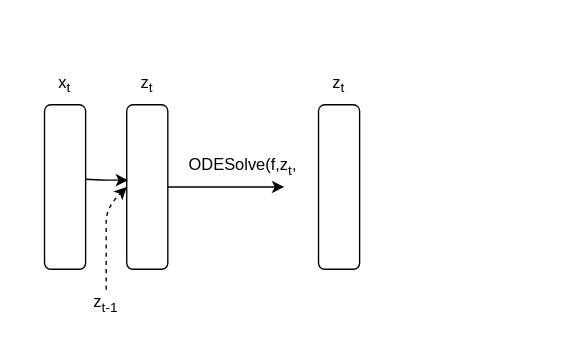
Before: graph2.drawio in oizin/links, a draw.io diagram. Source tidied: cells renumbered, new cells numbered last; positions are measured from the earlier drawing's top-left corner, leaving out a move shared by most shapes. Both pictures are drawn from the tidied source at 137%, with x=0, y=0 at pixel (-18, 70).
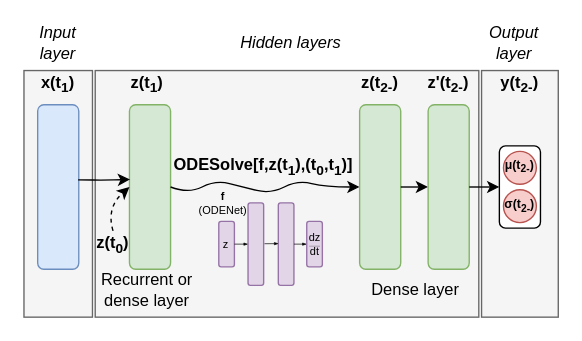
The same page after the edit.

Diff of the diagram source:
```diff
@@
+    <mxCell id="13" style="rounded=0;whiteSpace=wrap;html=1;fillColor=#f5f5f5;strokeColor=#666666;fontColor=#333333;" parent="1" vertex="1">
+      <mxGeometry x="364" width="56" height="180" as="geometry" />
+    </mxCell>
+    <mxCell id="14" style="rounded=0;whiteSpace=wrap;html=1;fillColor=#f5f5f5;strokeColor=#666666;fontColor=#333333;" parent="1" vertex="1">
+      <mxGeometry x="30" width="50" height="180" as="geometry" />
+    </mxCell>
+    <mxCell id="15" style="rounded=0;whiteSpace=wrap;html=1;fillColor=#f5f5f5;strokeColor=#666666;fontColor=#333333;" parent="1" vertex="1">
+      <mxGeometry x="82" width="280" height="180" as="geometry" />
+    </mxCell>
-    <mxCell id="2" style="rounded=1;whiteSpace=wrap;html=1;rotation=90;" parent="1" vertex="1">
-      <mxGeometry y="70" width="120" height="30" as="geometry" />
+    <mxCell id="2" style="rounded=1;whiteSpace=wrap;html=1;rotation=90;fillColor=#dae8fc;strokeColor=#6c8ebf;" parent="1" vertex="1">
+      <mxGeometry x="-5" y="70" width="120" height="30" as="geometry" />
     </mxCell>
-    <mxCell id="3" value="x&lt;sub&gt;t&lt;/sub&gt;" style="text;html=1;strokeColor=none;fillColor=none;align=center;verticalAlign=middle;whiteSpace=wrap;rounded=0;" parent="1" vertex="1">
-      <mxGeometry x="40" width="40" height="20" as="geometry" />
+    <mxCell id="3" value="x(t&lt;sub&gt;1&lt;/sub&gt;)" style="text;html=1;strokeColor=none;fillColor=none;align=center;verticalAlign=middle;whiteSpace=wrap;rounded=0;fontStyle=1;" parent="1" vertex="1">
+      <mxGeometry x="35" width="40" height="20" as="geometry" />
     </mxCell>
-    <mxCell id="4" style="rounded=1;whiteSpace=wrap;html=1;rotation=90;" parent="1" vertex="1">
-      <mxGeometry x="60" y="70" width="120" height="30" as="geometry" />
+    <mxCell id="4" style="rounded=1;whiteSpace=wrap;html=1;rotation=90;fillColor=#d5e8d4;strokeColor=#82b366;" parent="1" vertex="1">
+      <mxGeometry x="62" y="70" width="120" height="30" as="geometry" />
     </mxCell>
-    <mxCell id="5" value="z&lt;sub&gt;t&lt;/sub&gt;" style="text;html=1;strokeColor=none;fillColor=none;align=center;verticalAlign=middle;whiteSpace=wrap;rounded=0;" parent="1" vertex="1">
+    <mxCell id="5" value="z(t&lt;sub&gt;1&lt;/sub&gt;)" style="text;html=1;strokeColor=none;fillColor=none;align=center;verticalAlign=middle;whiteSpace=wrap;rounded=0;fontStyle=1;" parent="1" vertex="1">
       <mxGeometry x="100" width="40" height="20" as="geometry" />
     </mxCell>
-    <mxCell id="6" style="endArrow=classic;html=1;exitX=0.453;exitY=0.011;exitDx=0;exitDy=0;exitPerimeter=0;" parent="1" edge="1" source="2">
+    <mxCell id="6" style="endArrow=classic;html=1;exitX=0.457;exitY=0.016;exitDx=0;exitDy=0;exitPerimeter=0;entryX=0.454;entryY=0.985;entryDx=0;entryDy=0;entryPerimeter=0;" parent="1" edge="1" source="2" target="4">
       <mxGeometry relative="1" as="geometry">
-        <mxPoint x="106" y="80" as="targetPoint" />
         <Array as="points">
           <mxPoint x="90" y="80" />
         </Array>
       </mxGeometry>
     </mxCell>
-    <mxCell id="7" style="curved=1;endArrow=classic;html=1;entryX=0.5;entryY=1;entryDx=0;entryDy=0;dashed=1;" parent="1" edge="1" target="4">
+    <mxCell id="7" style="curved=1;endArrow=classic;html=1;entryX=0.5;entryY=1;entryDx=0;entryDy=0;dashed=1;exitX=0.5;exitY=0;exitDx=0;exitDy=0;" parent="1" edge="1" source="8" target="4">
       <mxGeometry relative="1" as="geometry">
-        <mxPoint x="90" y="160" as="sourcePoint" />
         <Array as="points">
-          <mxPoint x="90" y="120" />
           <mxPoint x="90" y="100" />
         </Array>
       </mxGeometry>
     </mxCell>
-    <mxCell id="8" value="z&lt;sub&gt;t-1&lt;/sub&gt;" style="text;html=1;strokeColor=none;fillColor=none;align=center;verticalAlign=middle;whiteSpace=wrap;rounded=0;" parent="1" vertex="1">
-      <mxGeometry x="70" y="160" width="40" height="20" as="geometry" />
+    <mxCell id="8" value="z(t&lt;sub&gt;0&lt;/sub&gt;)" style="text;html=1;strokeColor=none;fillColor=none;align=center;verticalAlign=middle;whiteSpace=wrap;rounded=0;fontStyle=1;" parent="1" vertex="1">
+      <mxGeometry x="75" y="117" width="40" height="20" as="geometry" />
     </mxCell>
-    <mxCell id="9" style="curved=1;endArrow=classic;html=1;exitX=0.5;exitY=0;exitDx=0;exitDy=0;" parent="1" edge="1" source="4">
+    <mxCell id="9" style="curved=1;endArrow=classic;html=1;exitX=0.5;exitY=0;exitDx=0;exitDy=0;entryX=0.5;entryY=1;entryDx=0;entryDy=0;" parent="1" edge="1" source="4" target="10">
       <mxGeometry relative="1" as="geometry">
-        <mxPoint x="220" y="85" as="targetPoint" />
+        <Array as="points">
+          <mxPoint x="150" y="90" />
+          <mxPoint x="170" y="80" />
+          <mxPoint x="190" y="85" />
+          <mxPoint x="210" y="90" />
+          <mxPoint x="230" y="80" />
+          <mxPoint x="250" y="85" />
+        </Array>
       </mxGeometry>
     </mxCell>
-    <mxCell id="10" style="rounded=1;whiteSpace=wrap;html=1;rotation=90;" parent="1" vertex="1">
-      <mxGeometry x="200" y="70" width="120" height="30" as="geometry" />
+    <mxCell id="10" style="rounded=1;whiteSpace=wrap;html=1;rotation=90;fillColor=#d5e8d4;strokeColor=#82b366;" parent="1" vertex="1">
+      <mxGeometry x="230" y="70" width="120" height="30" as="geometry" />
     </mxCell>
-    <mxCell id="11" value="ODESolve(f,z&lt;sub&gt;t&lt;/sub&gt;," style="text;html=1;strokeColor=none;fillColor=none;align=center;verticalAlign=middle;whiteSpace=wrap;rounded=0;" parent="1" vertex="1">
-      <mxGeometry x="150" y="60" width="80" height="20" as="geometry" />
+    <mxCell id="11" value="ODESolve[f,z(t&lt;sub&gt;1&lt;/sub&gt;),(t&lt;sub&gt;0&lt;/sub&gt;,t&lt;sub&gt;1&lt;/sub&gt;)]" style="text;html=1;strokeColor=none;fillColor=none;align=center;verticalAlign=middle;whiteSpace=wrap;rounded=0;fontStyle=1;" parent="1" vertex="1">
+      <mxGeometry x="130" y="60" width="150" height="20" as="geometry" />
     </mxCell>
-    <mxCell id="12" value="z&lt;sub&gt;t&lt;/sub&gt;" style="text;html=1;strokeColor=none;fillColor=none;align=center;verticalAlign=middle;whiteSpace=wrap;rounded=0;" parent="1" vertex="1">
-      <mxGeometry x="240" width="40" height="20" as="geometry" />
+    <mxCell id="12" value="z(t&lt;sub&gt;2-&lt;/sub&gt;)" style="text;html=1;strokeColor=none;fillColor=none;align=center;verticalAlign=middle;whiteSpace=wrap;rounded=0;fontStyle=1;" parent="1" vertex="1">
+      <mxGeometry x="270" width="40" height="20" as="geometry" />
     </mxCell>
+    <mxCell id="16" style="endArrow=classic;html=1;exitX=0.5;exitY=0;exitDx=0;exitDy=0;entryX=0.5;entryY=0;entryDx=0;entryDy=0;" parent="1" edge="1" source="10" target="17">
+      <mxGeometry relative="1" as="geometry" />
+    </mxCell>
+    <mxCell id="17" style="rounded=1;whiteSpace=wrap;html=1;rotation=-90;fillColor=#d5e8d4;strokeColor=#82b366;" parent="1" vertex="1">
+      <mxGeometry x="280" y="70" width="120" height="30" as="geometry" />
+    </mxCell>
+    <mxCell id="18" style="endArrow=classic;html=1;exitX=0.5;exitY=1;exitDx=0;exitDy=0;entryX=0.5;entryY=1;entryDx=0;entryDy=0;" parent="1" edge="1" source="17" target="19">
+      <mxGeometry relative="1" as="geometry" />
+    </mxCell>
+    <mxCell id="19" style="rounded=1;whiteSpace=wrap;html=1;rotation=90;" parent="1" vertex="1">
+      <mxGeometry x="362" y="70" width="60" height="30" as="geometry" />
+    </mxCell>
+    <mxCell id="20" style="ellipse;whiteSpace=wrap;html=1;fillColor=#f8cecc;strokeColor=#b85450;" parent="1" vertex="1">
+      <mxGeometry x="380" y="59" width="24" height="24" as="geometry" />
+    </mxCell>
+    <mxCell id="21" style="ellipse;whiteSpace=wrap;html=1;fillColor=#f8cecc;strokeColor=#b85450;" parent="1" vertex="1">
+      <mxGeometry x="380" y="87" width="24" height="24" as="geometry" />
+    </mxCell>
+    <mxCell id="22" value="z'(t&lt;sub&gt;2-&lt;/sub&gt;)" style="text;html=1;strokeColor=none;fillColor=none;align=center;verticalAlign=middle;whiteSpace=wrap;rounded=0;fontStyle=1;" parent="1" vertex="1">
+      <mxGeometry x="320" width="40" height="20" as="geometry" />
+    </mxCell>
+    <mxCell id="23" value="&lt;i&gt;Input layer&lt;/i&gt;" style="text;html=1;strokeColor=none;fillColor=none;align=center;verticalAlign=middle;whiteSpace=wrap;rounded=0;" parent="1" vertex="1">
+      <mxGeometry x="30" y="-30" width="50" height="20" as="geometry" />
+    </mxCell>
+    <mxCell id="24" value="&lt;i&gt;Hidden layers&lt;/i&gt;" style="text;html=1;strokeColor=none;fillColor=none;align=center;verticalAlign=middle;whiteSpace=wrap;rounded=0;" parent="1" vertex="1">
+      <mxGeometry x="180" y="-30" width="90" height="20" as="geometry" />
+    </mxCell>
+    <mxCell id="25" value="&lt;i&gt;Output layer&lt;/i&gt;" style="text;html=1;strokeColor=none;fillColor=none;align=center;verticalAlign=middle;whiteSpace=wrap;rounded=0;" parent="1" vertex="1">
+      <mxGeometry x="357.5" y="-30" width="60" height="20" as="geometry" />
+    </mxCell>
+    <mxCell id="26" value="&lt;font style=&quot;font-size: 9px&quot;&gt;μ(t&lt;sub&gt;2-&lt;/sub&gt;)&lt;/font&gt;" style="text;html=1;strokeColor=none;fillColor=none;align=center;verticalAlign=middle;whiteSpace=wrap;rounded=0;fontStyle=1;" parent="1" vertex="1">
+      <mxGeometry x="372" y="58" width="40" height="20" as="geometry" />
+    </mxCell>
+    <mxCell id="27" value="&lt;font style=&quot;font-size: 9px&quot;&gt;&lt;span&gt;σ(&lt;/span&gt;t&lt;sub&gt;2-&lt;/sub&gt;)&lt;/font&gt;" style="text;html=1;strokeColor=none;fillColor=none;align=center;verticalAlign=middle;whiteSpace=wrap;rounded=0;fontStyle=1;" parent="1" vertex="1">
+      <mxGeometry x="381" y="92" width="22" height="9" as="geometry" />
+    </mxCell>
+    <mxCell id="28" value="y(t&lt;sub&gt;2-&lt;/sub&gt;)" style="text;html=1;strokeColor=none;fillColor=none;align=center;verticalAlign=middle;whiteSpace=wrap;rounded=0;fontStyle=1;" parent="1" vertex="1">
+      <mxGeometry x="372" width="40" height="20" as="geometry" />
+    </mxCell>
+    <mxCell id="29" value="&lt;div&gt;Recurrent or &lt;br&gt;&lt;/div&gt;&lt;div&gt;dense layer&lt;br&gt;&lt;/div&gt;" style="text;html=1;strokeColor=none;fillColor=none;align=center;verticalAlign=middle;whiteSpace=wrap;rounded=0;rotation=0;" parent="1" vertex="1">
+      <mxGeometry x="50" y="145" width="140" height="30" as="geometry" />
+    </mxCell>
+    <mxCell id="30" value="&lt;div&gt;Dense layer&lt;br&gt;&lt;/div&gt;" style="text;html=1;strokeColor=none;fillColor=none;align=center;verticalAlign=middle;whiteSpace=wrap;rounded=0;rotation=0;" parent="1" vertex="1">
+      <mxGeometry x="275.2" y="145" width="82.2" height="30" as="geometry" />
+    </mxCell>
+    <mxCell id="31" style="rounded=1;whiteSpace=wrap;html=1;rotation=90;fontSize=10;fillColor=#e1d5e7;strokeColor=#9673a6;" parent="1" vertex="1">
+      <mxGeometry x="161.3" y="121" width="33.2" height="11.4" as="geometry" />
+    </mxCell>
+    <mxCell id="32" style="rounded=1;whiteSpace=wrap;html=1;rotation=90;fillColor=#e1d5e7;strokeColor=#9673a6;" parent="1" vertex="1">
+      <mxGeometry x="169.1" y="121" width="60.3" height="11.4" as="geometry" />
+    </mxCell>
+    <mxCell id="33" style="rounded=1;whiteSpace=wrap;html=1;rotation=90;fillColor=#e1d5e7;strokeColor=#9673a6;" parent="1" vertex="1">
+      <mxGeometry x="191.2" y="121" width="60.3" height="11.4" as="geometry" />
+    </mxCell>
+    <mxCell id="34" style="rounded=1;whiteSpace=wrap;html=1;rotation=90;fillColor=#e1d5e7;strokeColor=#9673a6;" parent="1" vertex="1">
+      <mxGeometry x="225.5" y="121" width="33.2" height="11.4" as="geometry" />
+    </mxCell>
+    <mxCell id="35" style="endArrow=blockThin;html=1;strokeWidth=0.5;exitX=0.5;exitY=0;exitDx=0;exitDy=0;entryX=0.5;entryY=1;entryDx=0;entryDy=0;endFill=1;endSize=2;" parent="1" edge="1" source="31" target="32">
+      <mxGeometry x="331.8" y="228.5" as="geometry" />
+    </mxCell>
+    <mxCell id="36" style="endArrow=blockThin;html=1;strokeWidth=0.5;endFill=1;endSize=2;entryX=0.494;entryY=0.985;entryDx=0;entryDy=0;entryPerimeter=0;" parent="1" edge="1" target="33">
+      <mxGeometry x="331.8" y="228.5" as="geometry">
+        <mxPoint x="205.6" y="126.4" as="sourcePoint" />
+      </mxGeometry>
+    </mxCell>
+    <mxCell id="37" style="endArrow=blockThin;html=1;strokeWidth=0.5;exitX=0.5;exitY=0;exitDx=0;exitDy=0;endFill=1;endSize=2;entryX=0.5;entryY=1;entryDx=0;entryDy=0;" parent="1" edge="1" source="33" target="34">
+      <mxGeometry x="331.8" y="228.5" as="geometry" />
+    </mxCell>
+    <mxCell id="38" value="z" style="text;html=1;strokeColor=none;fillColor=none;align=center;verticalAlign=middle;whiteSpace=wrap;rounded=0;fontSize=8;" parent="1" vertex="1">
+      <mxGeometry x="151.4" y="113.8" width="53.1" height="25.8" as="geometry" />
+    </mxCell>
+    <mxCell id="39" value="&lt;div style=&quot;font-size: 8px;&quot;&gt;dz&lt;/div&gt;&lt;div style=&quot;font-size: 8px;&quot;&gt;dt&lt;/div&gt;" style="text;html=1;strokeColor=none;fillColor=none;align=center;verticalAlign=middle;whiteSpace=wrap;rounded=0;fontSize=8;" parent="1" vertex="1">
+      <mxGeometry x="238.5" y="116.1" width="7.2" height="22.4" as="geometry" />
+    </mxCell>
+    <mxCell id="40" style="endArrow=none;html=1;fontSize=5;endSize=2;strokeWidth=0.2;startSize=6;" parent="1" edge="1">
+      <mxGeometry x="331.8" y="228.5" as="geometry">
+        <mxPoint x="238.2" y="128.2" as="sourcePoint" />
+        <mxPoint x="246.1" y="128.2" as="targetPoint" />
+      </mxGeometry>
+    </mxCell>
+    <mxCell id="41" value="&lt;div style=&quot;font-size: 8px;&quot;&gt;&lt;b style=&quot;font-size: 8px;&quot;&gt;f&lt;/b&gt; &lt;br style=&quot;font-size: 8px;&quot;&gt;&lt;/div&gt;&lt;div style=&quot;font-size: 8px;&quot;&gt;(ODENet)&lt;/div&gt;" style="text;html=1;strokeColor=none;fillColor=none;align=center;verticalAlign=middle;whiteSpace=wrap;rounded=0;fontSize=8;" parent="1" vertex="1">
+      <mxGeometry x="155.9" y="83.6" width="38.6" height="25.8" as="geometry" />
+    </mxCell>
```
